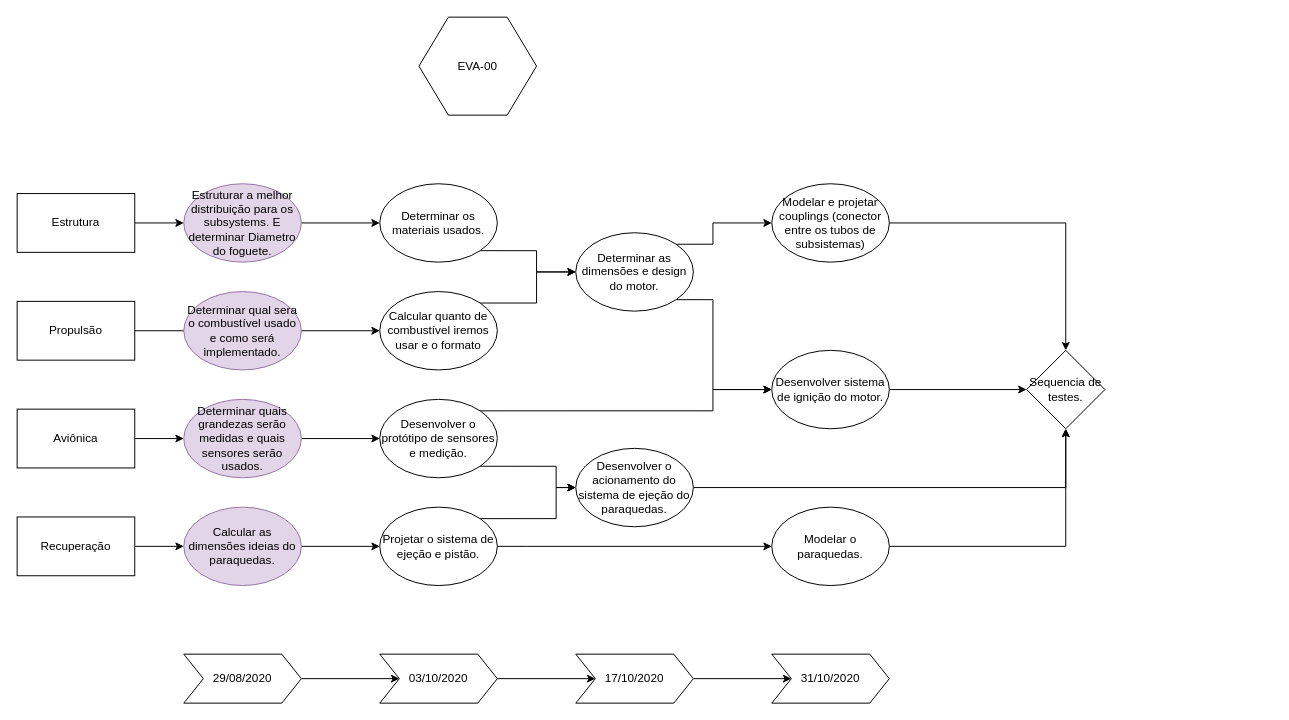
Above: eva-00.drawio in freedxmgxd/Evangelion-Unidade-00 (draw.io), before the change. Source tidied: cells renumbered, new cells numbered last; positions are measured from the earlier drawing's top-left corner, leaving out a move shared by most shapes. Both pictures are drawn from the tidied source at 98%, with x=0, y=0 at pixel (17, 17).
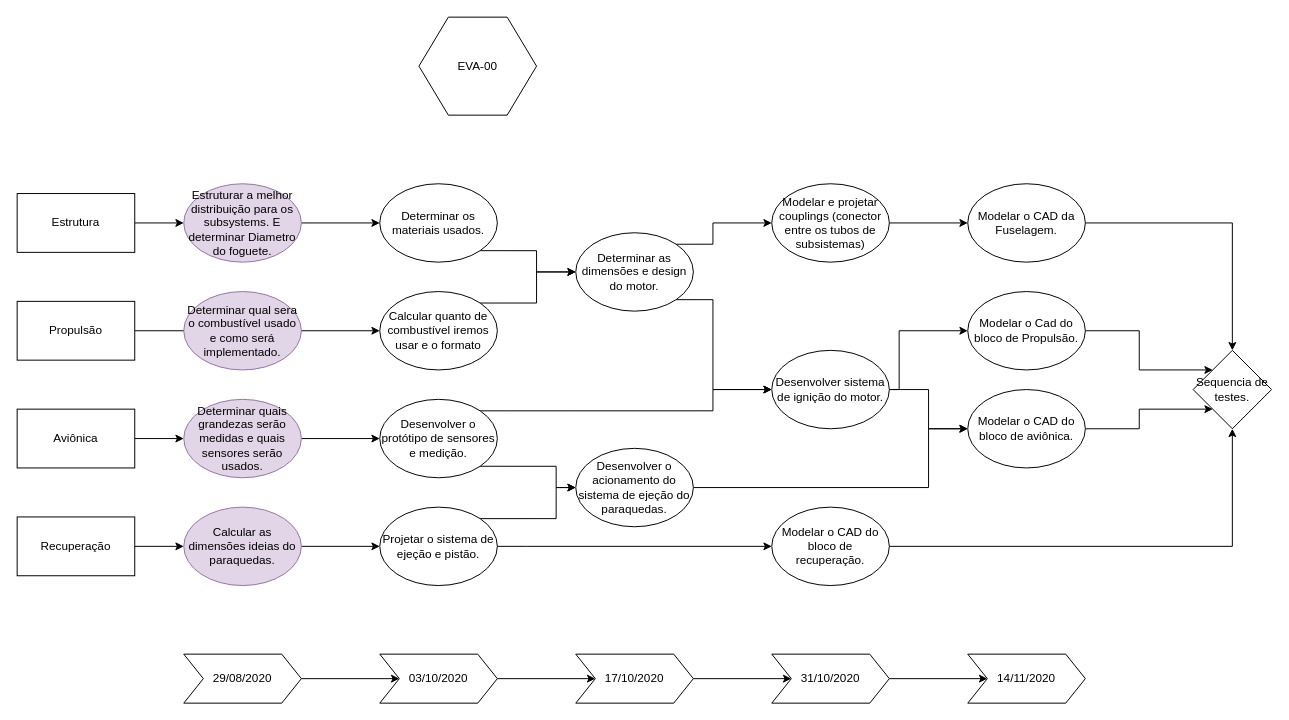
The same diagram, later.

Unchanged cells that the change refers to:
```xml
<mxCell id="16" value="Desenvolver o acionamento do sistema de ejeção do paraquedas." style="ellipse;whiteSpace=wrap;html=1;" parent="1" vertex="1">
  <mxGeometry x="570" y="440" width="120" height="80" as="geometry" />
</mxCell>
<mxCell id="28" value="Desenvolver sistema de ignição do motor." style="ellipse;whiteSpace=wrap;html=1;" parent="1" vertex="1">
  <mxGeometry x="770" y="340" width="120" height="80" as="geometry" />
</mxCell>
<mxCell id="35" value="&lt;font face=&quot;helvetica&quot;&gt;Modelar e projetar couplings (conector entre os tubos de subsistemas)&lt;/font&gt;" style="ellipse;whiteSpace=wrap;html=1;" parent="1" vertex="1">
  <mxGeometry x="770" y="170" width="120" height="80" as="geometry" />
</mxCell>
<mxCell id="45" value="31/10/2020" style="shape=step;perimeter=stepPerimeter;whiteSpace=wrap;html=1;fixedSize=1;" parent="1" vertex="1">
  <mxGeometry x="770" y="650" width="120" height="50" as="geometry" />
</mxCell>
```

Change to the diagram source:
```diff
@@
-    <mxCell id="15" style="edgeStyle=orthogonalEdgeStyle;rounded=0;jettySize=auto;html=1;exitX=1;exitY=0.5;exitDx=0;exitDy=0;entryX=0.5;entryY=1;entryDx=0;entryDy=0;" parent="1" edge="1" source="16" target="29">
-      <mxGeometry relative="1" as="geometry">
-        <Array as="points">
-          <mxPoint x="1070" y="480" />
-        </Array>
-      </mxGeometry>
-    </mxCell>
+    <mxCell id="47" style="edgeStyle=orthogonalEdgeStyle;rounded=0;jettySize=auto;html=1;exitX=1;exitY=0.5;exitDx=0;exitDy=0;" parent="1" edge="1" source="16" target="53">
+      <mxGeometry relative="1" as="geometry">
+        <Array as="points">
+          <mxPoint x="930" y="480" />
+          <mxPoint x="930" y="420" />
+        </Array>
+      </mxGeometry>
+    </mxCell>
@@
-    <mxCell id="27" style="edgeStyle=orthogonalEdgeStyle;rounded=0;jettySize=auto;html=1;exitX=1;exitY=0.5;exitDx=0;exitDy=0;entryX=0;entryY=0.5;entryDx=0;entryDy=0;" parent="1" edge="1" source="28" target="29">
-      <mxGeometry relative="1" as="geometry" />
-    </mxCell>
+    <mxCell id="48" style="edgeStyle=orthogonalEdgeStyle;rounded=0;jettySize=auto;html=1;exitX=1;exitY=0.5;exitDx=0;exitDy=0;" parent="1" edge="1" source="28" target="56">
+      <mxGeometry relative="1" as="geometry">
+        <Array as="points">
+          <mxPoint x="900" y="380" />
+          <mxPoint x="900" y="320" />
+        </Array>
+      </mxGeometry>
+    </mxCell>
+    <mxCell id="49" style="edgeStyle=orthogonalEdgeStyle;rounded=0;jettySize=auto;html=1;exitX=1;exitY=0.5;exitDx=0;exitDy=0;" parent="1" edge="1" source="28" target="53">
+      <mxGeometry relative="1" as="geometry" />
+    </mxCell>
@@
     <mxCell id="29" value="Sequencia de testes." style="rhombus;whiteSpace=wrap;html=1;" parent="1" vertex="1">
-      <mxGeometry x="1030" y="340" width="80" height="80" as="geometry" />
+      <mxGeometry x="1200" y="340" width="80" height="80" as="geometry" />
     </mxCell>
@@
-    <mxCell id="34" style="edgeStyle=orthogonalEdgeStyle;rounded=0;jettySize=auto;html=1;exitX=1;exitY=0.5;exitDx=0;exitDy=0;entryX=0.5;entryY=0;entryDx=0;entryDy=0;" parent="1" edge="1" source="35" target="29">
+    <mxCell id="34" style="edgeStyle=orthogonalEdgeStyle;rounded=0;jettySize=auto;html=1;exitX=1;exitY=0.5;exitDx=0;exitDy=0;entryX=0.5;entryY=0;entryDx=0;entryDy=0;" parent="1" edge="1" source="54" target="29">
       <mxGeometry relative="1" as="geometry" />
     </mxCell>
+    <mxCell id="50" style="edgeStyle=orthogonalEdgeStyle;rounded=0;jettySize=auto;html=1;exitX=1;exitY=0.5;exitDx=0;exitDy=0;entryX=0;entryY=0.5;entryDx=0;entryDy=0;" parent="1" edge="1" source="35" target="54">
+      <mxGeometry relative="1" as="geometry" />
+    </mxCell>
@@
+    <mxCell id="51" style="edgeStyle=orthogonalEdgeStyle;rounded=0;jettySize=auto;html=1;exitX=1;exitY=0.5;exitDx=0;exitDy=0;entryX=0;entryY=0.5;entryDx=0;entryDy=0;" parent="1" edge="1" source="45" target="57">
+      <mxGeometry relative="1" as="geometry" />
+    </mxCell>
@@
-    <mxCell id="46" value="Modelar o paraquedas." style="ellipse;whiteSpace=wrap;html=1;" parent="1" vertex="1">
+    <mxCell id="46" value="Modelar o CAD do bloco de recuperação." style="ellipse;whiteSpace=wrap;html=1;" parent="1" vertex="1">
       <mxGeometry x="770" y="500" width="120" height="80" as="geometry" />
     </mxCell>
+    <mxCell id="52" style="edgeStyle=orthogonalEdgeStyle;rounded=0;jettySize=auto;html=1;exitX=1;exitY=0.5;exitDx=0;exitDy=0;entryX=0;entryY=1;entryDx=0;entryDy=0;" parent="1" edge="1" source="53" target="29">
+      <mxGeometry relative="1" as="geometry" />
+    </mxCell>
+    <mxCell id="53" value="Modelar o CAD do bloco de aviônica." style="ellipse;whiteSpace=wrap;html=1;" parent="1" vertex="1">
+      <mxGeometry x="970" y="380" width="120" height="80" as="geometry" />
+    </mxCell>
+    <mxCell id="54" value="Modelar o CAD da Fuselagem." style="ellipse;whiteSpace=wrap;html=1;" parent="1" vertex="1">
+      <mxGeometry x="970" y="170" width="120" height="80" as="geometry" />
+    </mxCell>
+    <mxCell id="55" style="edgeStyle=orthogonalEdgeStyle;rounded=0;jettySize=auto;html=1;exitX=1;exitY=0.5;exitDx=0;exitDy=0;entryX=0;entryY=0;entryDx=0;entryDy=0;" parent="1" edge="1" source="56" target="29">
+      <mxGeometry relative="1" as="geometry" />
+    </mxCell>
+    <mxCell id="56" value="Modelar o Cad do bloco de Propulsão." style="ellipse;whiteSpace=wrap;html=1;" parent="1" vertex="1">
+      <mxGeometry x="970" y="280" width="120" height="80" as="geometry" />
+    </mxCell>
+    <mxCell id="57" value="14/11/2020" style="shape=step;perimeter=stepPerimeter;whiteSpace=wrap;html=1;fixedSize=1;" parent="1" vertex="1">
+      <mxGeometry x="970" y="650" width="120" height="50" as="geometry" />
+    </mxCell>
```
